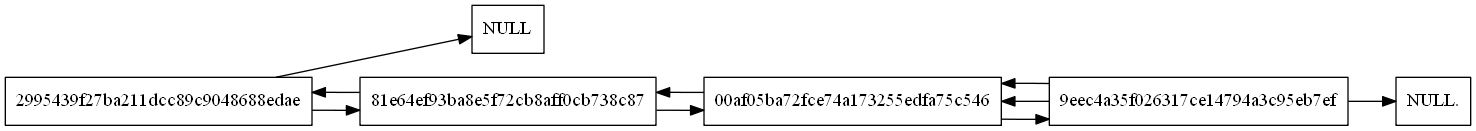
Before: Proyecto2/graphBlock.png, a diagram exported from Graphviz (Angel357/-EDD-Proyecto2). Its source is kept beside it as Proyecto2/graphBlock.dot.
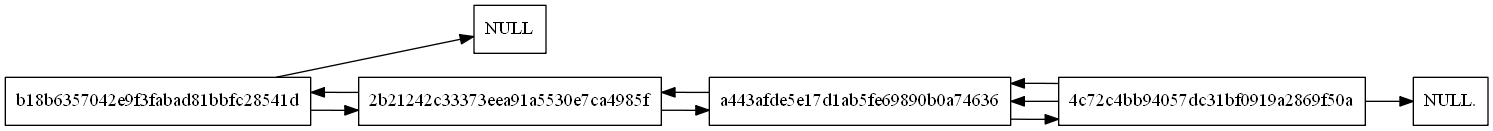
The same diagram one commit later.

Change to the diagram source:
```diff
@@ -1,17 +1,17 @@
 digraph {
 node[shape=box];
 rankdir=LR;
-"2995439f27ba211dcc89c9048688edae" -> "NULL";
-"2995439f27ba211dcc89c9048688edae"
-"2995439f27ba211dcc89c9048688edae" -> "81e64ef93ba8e5f72cb8aff0cb738c87";
-"81e64ef93ba8e5f72cb8aff0cb738c87" -> "2995439f27ba211dcc89c9048688edae";
-"81e64ef93ba8e5f72cb8aff0cb738c87"
-"81e64ef93ba8e5f72cb8aff0cb738c87" -> "00af05ba72fce74a173255edfa75c546";
-"00af05ba72fce74a173255edfa75c546" -> "81e64ef93ba8e5f72cb8aff0cb738c87";
-"00af05ba72fce74a173255edfa75c546"
-"00af05ba72fce74a173255edfa75c546" -> "9eec4a35f026317ce14794a3c95eb7ef";
-"9eec4a35f026317ce14794a3c95eb7ef" -> "00af05ba72fce74a173255edfa75c546";
-"9eec4a35f026317ce14794a3c95eb7ef"
-"9eec4a35f026317ce14794a3c95eb7ef" -> "NULL.";
-"9eec4a35f026317ce14794a3c95eb7ef" -> "00af05ba72fce74a173255edfa75c546";
+"b18b6357042e9f3fabad81bbfc28541d" -> "NULL";
+"b18b6357042e9f3fabad81bbfc28541d"
+"b18b6357042e9f3fabad81bbfc28541d" -> "2b21242c33373eea91a5530e7ca4985f";
+"2b21242c33373eea91a5530e7ca4985f" -> "b18b6357042e9f3fabad81bbfc28541d";
+"2b21242c33373eea91a5530e7ca4985f"
+"2b21242c33373eea91a5530e7ca4985f" -> "a443afde5e17d1ab5fe69890b0a74636";
+"a443afde5e17d1ab5fe69890b0a74636" -> "2b21242c33373eea91a5530e7ca4985f";
+"a443afde5e17d1ab5fe69890b0a74636"
+"a443afde5e17d1ab5fe69890b0a74636" -> "4c72c4bb94057dc31bf0919a2869f50a";
+"4c72c4bb94057dc31bf0919a2869f50a" -> "a443afde5e17d1ab5fe69890b0a74636";
+"4c72c4bb94057dc31bf0919a2869f50a"
+"4c72c4bb94057dc31bf0919a2869f50a" -> "NULL.";
+"4c72c4bb94057dc31bf0919a2869f50a" -> "a443afde5e17d1ab5fe69890b0a74636";
  }
```
